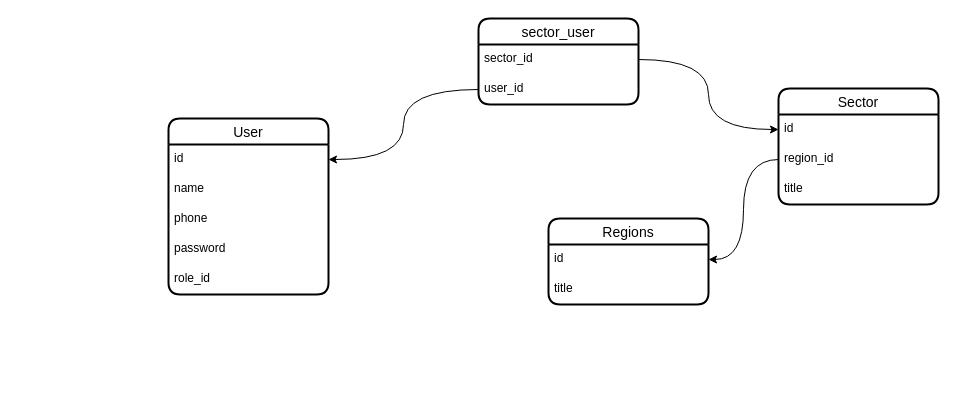
The draw.io diagram karsoft-notification.drawio in iztileuoff/databases, before the edit. Source tidied: cells renumbered, new cells numbered last; positions are measured from the earlier drawing's top-left corner, leaving out a move shared by most shapes. Both pictures are drawn from the tidied source at 100%, with x=0, y=0 at pixel (168, 18).
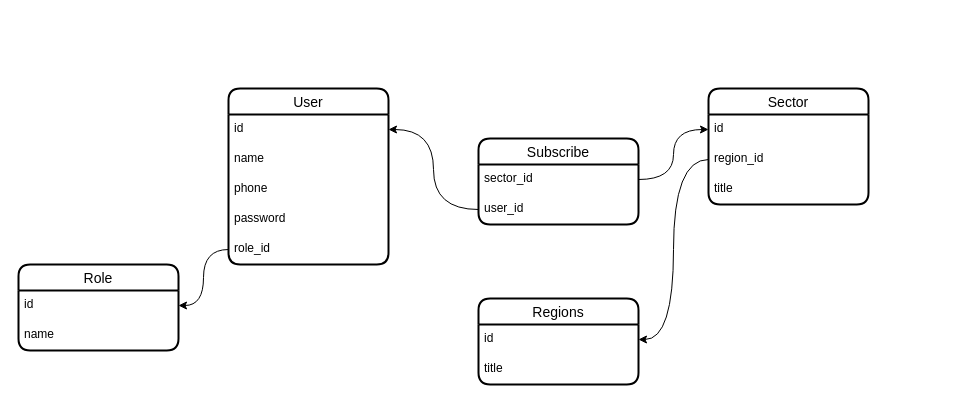
The same diagram, later.

Unchanged cells that the change refers to:
```xml
<mxCell id="7" value="role_id" style="text;strokeColor=none;fillColor=none;spacingLeft=4;spacingRight=4;overflow=hidden;points=[[0,0.5],[1,0.5]];portConstraint=eastwest;fontSize=12;whiteSpace=wrap;html=1;" parent="2" vertex="1">
  <mxGeometry y="146" width="160" height="30" as="geometry" />
</mxCell>
```

Diff of the diagram source:
```diff
@@
     <mxCell id="2" value="User" style="swimlane;fontStyle=0;horizontal=1;startSize=26;align=center;fontSize=14;strokeWidth=2;rounded=1;shadow=0;glass=0;swimlaneLine=1;" parent="1" vertex="1">
-      <mxGeometry y="100" width="160" height="176" as="geometry" />
+      <mxGeometry x="60" y="70" width="160" height="176" as="geometry" />
     </mxCell>
@@
     <mxCell id="8" value="Regions" style="swimlane;fontStyle=0;horizontal=1;startSize=26;align=center;fontSize=14;strokeWidth=2;rounded=1;shadow=0;glass=0;swimlaneLine=1;" parent="1" vertex="1">
-      <mxGeometry x="380" y="200" width="160" height="86" as="geometry" />
+      <mxGeometry x="310" y="280" width="160" height="86" as="geometry" />
     </mxCell>
@@
     <mxCell id="11" value="Sector" style="swimlane;fontStyle=0;horizontal=1;startSize=26;align=center;fontSize=14;strokeWidth=2;rounded=1;shadow=0;glass=0;swimlaneLine=1;" parent="1" vertex="1">
-      <mxGeometry x="610" y="70" width="160" height="116" as="geometry" />
+      <mxGeometry x="540" y="70" width="160" height="116" as="geometry" />
     </mxCell>
@@
-    <mxCell id="16" value="sector_user" style="swimlane;fontStyle=0;horizontal=1;startSize=26;align=center;fontSize=14;strokeWidth=2;rounded=1;shadow=0;glass=0;swimlaneLine=1;" parent="1" vertex="1">
-      <mxGeometry x="310" width="160" height="86" as="geometry" />
+    <mxCell id="16" value="Subscribe" style="swimlane;fontStyle=0;horizontal=1;startSize=26;align=center;fontSize=14;strokeWidth=2;rounded=1;shadow=0;glass=0;swimlaneLine=1;" parent="1" vertex="1">
+      <mxGeometry x="310" y="120" width="160" height="86" as="geometry" />
     </mxCell>
@@
+    <mxCell id="21" value="Role" style="swimlane;fontStyle=0;horizontal=1;startSize=26;align=center;fontSize=14;strokeWidth=2;rounded=1;shadow=0;glass=0;swimlaneLine=1;" parent="1" vertex="1">
+      <mxGeometry x="-150" y="246" width="160" height="86" as="geometry" />
+    </mxCell>
+    <mxCell id="22" value="id" style="text;strokeColor=none;fillColor=none;spacingLeft=4;spacingRight=4;overflow=hidden;points=[[0,0.5],[1,0.5]];portConstraint=eastwest;fontSize=12;whiteSpace=wrap;html=1;" parent="21" vertex="1">
+      <mxGeometry y="26" width="160" height="30" as="geometry" />
+    </mxCell>
+    <mxCell id="23" value="name" style="text;strokeColor=none;fillColor=none;spacingLeft=4;spacingRight=4;overflow=hidden;fontSize=12;whiteSpace=wrap;html=1;" parent="21" vertex="1">
+      <mxGeometry y="56" width="160" height="30" as="geometry" />
+    </mxCell>
+    <mxCell id="24" style="edgeStyle=orthogonalEdgeStyle;rounded=0;jettySize=auto;html=1;entryX=1;entryY=0.5;entryDx=0;entryDy=0;curved=1;" parent="1" edge="1" source="7" target="22">
+      <mxGeometry relative="1" as="geometry" />
+    </mxCell>
```
